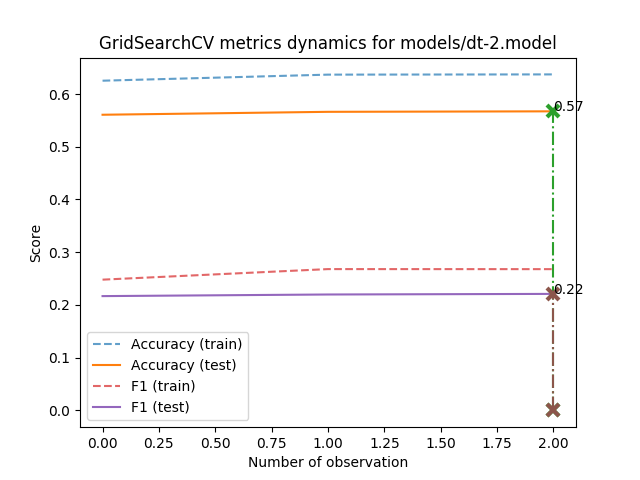
Above: models/dt-2.model_metrics.png in AverHLV/diploma-computations (Graphviz), before the change. Its source is kept beside it as models/dt-2.model.dot.
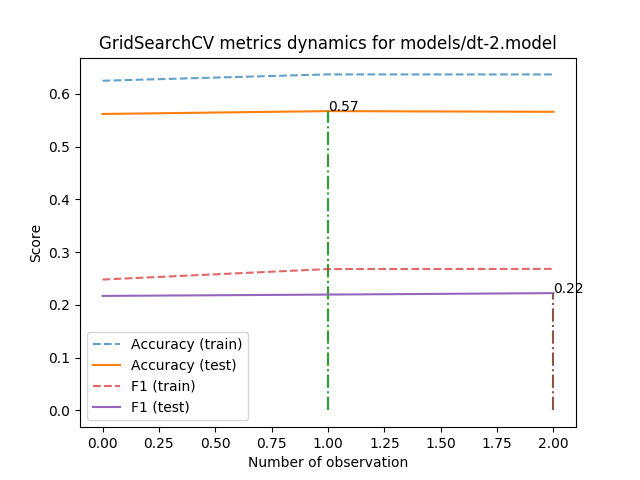
After the change.

Change to the diagram source:
```diff
@@ -1,56 +1,56 @@
 digraph Tree {
 node [shape=box, style="filled", color="black"] ;
-0 [label="Topic <= 0.998\ngini = 0.558\nsamples = 12050\nvalue = [[27, 5151, 714, 4443, 1715]\n[320, 7320, 2445, 824, 1141]\n[145, 6590, 590, 4038, 687]\n...\n[18, 5666, 806, 3953, 1607]\n[11, 140, 60, 52, 11787]\n[18, 1986, 28, 7780, 2238]]", fillcolor="#fefcfa"] ;
-1 [label="ОБ <= -0.236\ngini = 0.543\nsamples = 9292\nvalue = [[24, 4625, 561, 2737, 1345]\n[267, 5806, 1764, 559, 896]\n[124, 5798, 487, 2244, 639]\n...\n[18, 4969, 434, 2511, 1360]\n[9, 123, 35, 42, 9083]\n[17, 1781, 21, 5870, 1603]]", fillcolor="#fdf5f0"] ;
+0 [label="Topic <= 0.998\ngini = 0.558\nsamples = 12050\nvalue = [[27, 5146, 721, 4416, 1740]\n[310, 7318, 2459, 807, 1156]\n[152, 6587, 593, 4039, 679]\n...\n[16, 5601, 834, 3960, 1639]\n[9, 144, 64, 52, 11781]\n[17, 1991, 28, 7770, 2244]]", fillcolor="#fffdfb"] ;
+1 [label="ОБ <= -0.236\ngini = 0.543\nsamples = 9272\nvalue = [[23, 4612, 570, 2700, 1367]\n[263, 5768, 1780, 551, 910]\n[128, 5795, 489, 2231, 629]\n...\n[16, 4895, 452, 2521, 1388]\n[8, 124, 37, 43, 9060]\n[16, 1790, 18, 5838, 1610]]", fillcolor="#fdf6f1"] ;
 0 -> 1 [labeldistance=2.5, labelangle=45, headlabel="True"] ;
-5 [label="Позафракційні <= -2.179\ngini = 0.534\nsamples = 2469\nvalue = [[14, 1355, 102, 549, 449]\n[37, 1646, 286, 167, 333]\n[31, 1492, 70, 548, 328]\n...\n[9, 1277, 98, 650, 435]\n[2, 20, 6, 1, 2440]\n[10, 372, 1, 1405, 681]]", fillcolor="#fcf2ea"] ;
+5 [label="Позафракційні <= -1.95\ngini = 0.536\nsamples = 2488\nvalue = [[13, 1352, 110, 556, 457]\n[40, 1639, 301, 172, 336]\n[30, 1490, 84, 553, 331]\n...\n[8, 1265, 108, 663, 444]\n[2, 17, 8, 1, 2460]\n[9, 398, 1, 1396, 684]]", fillcolor="#fdf3ed"] ;
 1 -> 5 ;
-7 [label="gini = 0.392\nsamples = 186\nvalue = [[2, 17, 3, 102, 62]\n[0, 95, 34, 34, 23]\n[1, 27, 4, 121, 33]\n...\n[0, 15, 5, 90, 76]\n[0, 0, 0, 0, 186]\n[0, 2, 0, 32, 152]]", fillcolor="#f0b58b"] ;
+7 [label="gini = 0.405\nsamples = 211\nvalue = [[2, 18, 4, 121, 66]\n[0, 112, 41, 34, 24]\n[1, 34, 5, 135, 36]\n...\n[1, 21, 7, 101, 81]\n[0, 0, 0, 0, 211]\n[0, 4, 0, 37, 170]]", fillcolor="#f1bb94"] ;
 5 -> 7 ;
-8 [label="ВОБ <= -0.559\ngini = 0.521\nsamples = 2283\nvalue = [[12, 1338, 99, 447, 387]\n[37, 1551, 252, 133, 310]\n[30, 1465, 66, 427, 295]\n...\n[9, 1262, 93, 560, 359]\n[2, 20, 6, 1, 2254]\n[10, 370, 1, 1373, 529]]", fillcolor="#fbece1"] ;
+8 [label="ВОБ <= -0.559\ngini = 0.523\nsamples = 2277\nvalue = [[11, 1334, 106, 435, 391]\n[40, 1527, 260, 138, 312]\n[29, 1456, 79, 418, 295]\n...\n[7, 1244, 101, 562, 363]\n[2, 17, 8, 1, 2249]\n[9, 394, 1, 1359, 514]]", fillcolor="#fbeee4"] ;
 5 -> 8 ;
-23 [label="gini = 0.527\nsamples = 574\nvalue = [[0, 277, 22, 154, 121]\n[7, 304, 58, 44, 161]\n[8, 312, 24, 151, 79]\n...\n[2, 278, 12, 213, 69]\n[0, 0, 0, 0, 574]\n[1, 108, 0, 359, 106]]", fillcolor="#fcefe5"] ;
-8 -> 23 ;
-24 [label="gini = 0.503\nsamples = 1709\nvalue = [[12, 1061, 77, 293, 266]\n[30, 1247, 194, 89, 149]\n[22, 1153, 42, 276, 216]\n...\n[7, 984, 81, 347, 290]\n[2, 20, 6, 1, 1680]\n[9, 262, 1, 1014, 423]]", fillcolor="#f9e4d5"] ;
-8 -> 24 ;
-6 [label="Topic <= -1.596\ngini = 0.535\nsamples = 6823\nvalue = [[10, 3270, 459, 2188, 896]\n[230, 4160, 1478, 392, 563]\n[93, 4306, 417, 1696, 311]\n...\n[9, 3692, 336, 1861, 925]\n[7, 103, 29, 41, 6643]\n[7, 1409, 20, 4465, 922]]", fillcolor="#fcf2eb"] ;
+21 [label="gini = 0.528\nsamples = 577\nvalue = [[0, 271, 22, 164, 120]\n[10, 301, 61, 44, 161]\n[7, 314, 29, 151, 76]\n...\n[1, 268, 15, 219, 74]\n[0, 0, 0, 0, 577]\n[1, 111, 0, 363, 102]]", fillcolor="#fcf0e7"] ;
+8 -> 21 ;
+22 [label="gini = 0.503\nsamples = 1700\nvalue = [[11, 1063, 84, 271, 271]\n[30, 1226, 199, 94, 151]\n[22, 1142, 50, 267, 219]\n...\n[6, 976, 86, 343, 289]\n[2, 17, 8, 1, 1672]\n[8, 283, 1, 996, 412]]", fillcolor="#fae5d7"] ;
+8 -> 22 ;
+6 [label="Topic <= -1.596\ngini = 0.534\nsamples = 6784\nvalue = [[10, 3260, 460, 2144, 910]\n[223, 4129, 1479, 379, 574]\n[98, 4305, 405, 1678, 298]\n...\n[8, 3630, 344, 1858, 944]\n[6, 107, 29, 42, 6600]\n[7, 1392, 17, 4442, 926]]", fillcolor="#fcf2eb"] ;
 1 -> 6 ;
-9 [label="gini = 0.462\nsamples = 327\nvalue = [[2, 86, 60, 162, 17]\n[4, 241, 63, 8, 11]\n[0, 83, 64, 179, 1]\n...\n[1, 79, 76, 126, 45]\n[0, 21, 1, 19, 286]\n[0, 20, 0, 219, 88]]", fillcolor="#f6d3ba"] ;
+9 [label="gini = 0.466\nsamples = 323\nvalue = [[3, 87, 61, 151, 21]\n[5, 233, 62, 9, 14]\n[0, 81, 58, 182, 2]\n...\n[1, 73, 79, 125, 45]\n[0, 22, 0, 19, 282]\n[0, 20, 0, 226, 77]]", fillcolor="#f6d5be"] ;
 6 -> 9 ;
-10 [label="Екогрупа <= -1.414\ngini = 0.53\nsamples = 6496\nvalue = [[8, 3184, 399, 2026, 879]\n[226, 3919, 1415, 384, 552]\n[93, 4223, 353, 1517, 310]\n...\n[8, 3613, 260, 1735, 880]\n[7, 82, 28, 22, 6357]\n[7, 1389, 20, 4246, 834]]", fillcolor="#fcf0e7"] ;
+10 [label="НФ <= 0.573\ngini = 0.529\nsamples = 6461\nvalue = [[7, 3173, 399, 1993, 889]\n[218, 3896, 1417, 370, 560]\n[98, 4224, 347, 1496, 296]\n...\n[7, 3557, 265, 1733, 899]\n[6, 85, 29, 23, 6318]\n[7, 1372, 17, 4216, 849]]", fillcolor="#fcf0e8"] ;
 6 -> 10 ;
-13 [label="gini = 0.506\nsamples = 346\nvalue = [[0, 114, 18, 158, 56]\n[6, 208, 77, 7, 48]\n[1, 156, 9, 177, 3]\n...\n[0, 131, 19, 128, 68]\n[0, 7, 0, 1, 338]\n[0, 13, 0, 119, 214]]", fillcolor="#fae6d8"] ;
+13 [label="Екогрупа <= -1.414\ngini = 0.521\nsamples = 4411\nvalue = [[4, 2042, 236, 1486, 643]\n[121, 2787, 986, 229, 288]\n[53, 2839, 229, 1068, 222]\n...\n[6, 2555, 193, 1256, 401]\n[3, 24, 17, 13, 4354]\n[4, 965, 10, 2908, 524]]", fillcolor="#fbede3"] ;
 10 -> 13 ;
-14 [label="НФ <= 0.573\ngini = 0.525\nsamples = 6150\nvalue = [[8, 3070, 381, 1868, 823]\n[220, 3711, 1338, 377, 504]\n[92, 4067, 344, 1340, 307]\n...\n[8, 3482, 241, 1607, 812]\n[7, 75, 28, 21, 6019]\n[7, 1376, 20, 4127, 620]]", fillcolor="#fbeee4"] ;
+23 [label="gini = 0.488\nsamples = 214\nvalue = [[0, 63, 9, 101, 41]\n[4, 136, 34, 6, 34]\n[0, 87, 6, 121, 0]\n...\n[0, 84, 11, 89, 30]\n[0, 2, 0, 0, 212]\n[0, 13, 0, 64, 137]]", fillcolor="#f8dfcc"] ;
+13 -> 23 ;
+24 [label="gini = 0.516\nsamples = 4197\nvalue = [[4, 1979, 227, 1385, 602]\n[117, 2651, 952, 223, 254]\n[53, 2752, 223, 947, 222]\n...\n[6, 2471, 182, 1167, 371]\n[3, 22, 17, 13, 4142]\n[4, 952, 10, 2844, 387]]", fillcolor="#fbebdf"] ;
+13 -> 24 ;
+14 [label="gini = 0.529\nsamples = 2050\nvalue = [[3, 1131, 163, 507, 246]\n[97, 1109, 431, 141, 272]\n[45, 1385, 118, 428, 74]\n...\n[1, 1002, 72, 477, 498]\n[3, 61, 12, 10, 1964]\n[3, 407, 7, 1308, 325]]", fillcolor="#fcf0e8"] ;
 10 -> 14 ;
-15 [label="gini = 0.517\nsamples = 4236\nvalue = [[4, 1999, 224, 1406, 603]\n[118, 2679, 958, 237, 244]\n[50, 2759, 220, 967, 240]\n...\n[7, 2502, 178, 1175, 374]\n[4, 23, 18, 12, 4179]\n[4, 966, 12, 2890, 364]]", fillcolor="#fbeadf"] ;
-14 -> 15 ;
-16 [label="gini = 0.525\nsamples = 1914\nvalue = [[4, 1071, 157, 462, 220]\n[102, 1032, 380, 140, 260]\n[42, 1308, 124, 373, 67]\n...\n[1, 980, 63, 432, 438]\n[3, 52, 10, 9, 1840]\n[3, 410, 8, 1237, 256]]", fillcolor="#fceee4"] ;
-14 -> 16 ;
-2 [label="НФ <= -0.149\ngini = 0.526\nsamples = 2758\nvalue = [[3, 526, 153, 1706, 370]\n[53, 1514, 681, 265, 245]\n[21, 792, 103, 1794, 48]\n...\n[0, 697, 372, 1442, 247]\n[2, 17, 25, 10, 2704]\n[1, 205, 7, 1910, 635]]", fillcolor="#fceee5"] ;
+2 [label="НФ <= -0.149\ngini = 0.525\nsamples = 2778\nvalue = [[4, 534, 151, 1716, 373]\n[47, 1550, 679, 256, 246]\n[24, 792, 104, 1808, 50]\n...\n[0, 706, 382, 1439, 251]\n[1, 20, 27, 9, 2721]\n[1, 201, 10, 1932, 634]]", fillcolor="#fcefe5"] ;
 0 -> 2 [labeldistance=2.5, labelangle=-45, headlabel="False"] ;
-3 [label="Topic <= 1.016\ngini = 0.462\nsamples = 1853\nvalue = [[1, 148, 68, 1409, 227]\n[24, 976, 469, 216, 168]\n[2, 319, 49, 1456, 27]\n...\n[0, 339, 227, 1198, 89]\n[0, 2, 2, 1, 1848]\n[1, 67, 0, 1338, 447]]", fillcolor="#f6d3ba"] ;
+3 [label="Topic <= 1.016\ngini = 0.46\nsamples = 1870\nvalue = [[1, 153, 64, 1416, 236]\n[19, 997, 470, 216, 168]\n[2, 319, 48, 1479, 22]\n...\n[0, 345, 230, 1200, 95]\n[0, 3, 2, 1, 1864]\n[1, 62, 3, 1355, 449]]", fillcolor="#f6d3b9"] ;
 2 -> 3 ;
-11 [label="Воля <= -0.217\ngini = 0.35\nsamples = 540\nvalue = [[0, 3, 30, 466, 41]\n[5, 375, 13, 96, 51]\n[0, 33, 10, 497, 0]\n...\n[0, 44, 132, 328, 36]\n[0, 0, 0, 0, 540]\n[0, 1, 0, 388, 151]]", fillcolor="#eca36f"] ;
+11 [label="Екогрупа <= -0.566\ngini = 0.35\nsamples = 559\nvalue = [[0, 2, 26, 488, 43]\n[5, 384, 14, 102, 54]\n[0, 38, 9, 512, 0]\n...\n[0, 40, 138, 339, 42]\n[0, 0, 0, 0, 559]\n[0, 1, 0, 406, 152]]", fillcolor="#eca46f"] ;
 3 -> 11 ;
-25 [label="gini = 0.271\nsamples = 188\nvalue = [[0, 1, 27, 159, 1]\n[2, 104, 2, 49, 31]\n[0, 0, 3, 185, 0]\n...\n[0, 8, 10, 135, 35]\n[0, 0, 0, 0, 188]\n[0, 0, 0, 39, 149]]", fillcolor="#e58139"] ;
+25 [label="gini = 0.269\nsamples = 194\nvalue = [[0, 0, 24, 169, 1]\n[1, 104, 2, 53, 34]\n[0, 0, 2, 192, 0]\n...\n[0, 6, 11, 136, 41]\n[0, 0, 0, 0, 194]\n[0, 0, 0, 44, 150]]", fillcolor="#e58139"] ;
 11 -> 25 ;
-26 [label="gini = 0.326\nsamples = 352\nvalue = [[0, 2, 3, 307, 40]\n[3, 271, 11, 47, 20]\n[0, 33, 7, 312, 0]\n...\n[0, 36, 122, 193, 1]\n[0, 0, 0, 0, 352]\n[0, 1, 0, 349, 2]]", fillcolor="#ea995e"] ;
+26 [label="gini = 0.327\nsamples = 365\nvalue = [[0, 2, 2, 319, 42]\n[4, 280, 12, 49, 20]\n[0, 38, 7, 320, 0]\n...\n[0, 34, 127, 203, 1]\n[0, 0, 0, 0, 365]\n[0, 1, 0, 362, 2]]", fillcolor="#ea9a60"] ;
 11 -> 26 ;
-12 [label="Воля <= 0.475\ngini = 0.469\nsamples = 1313\nvalue = [[1, 145, 38, 943, 186]\n[19, 601, 456, 120, 117]\n[2, 286, 39, 959, 27]\n...\n[0, 295, 95, 870, 53]\n[0, 2, 2, 1, 1308]\n[1, 66, 0, 950, 296]]", fillcolor="#f7d6bf"] ;
+12 [label="Topic <= 1.421\ngini = 0.467\nsamples = 1311\nvalue = [[1, 151, 38, 928, 193]\n[14, 613, 456, 114, 114]\n[2, 281, 39, 967, 22]\n...\n[0, 305, 92, 861, 53]\n[0, 3, 2, 1, 1305]\n[1, 61, 3, 949, 297]]", fillcolor="#f7d6be"] ;
 3 -> 12 ;
-17 [label="Екогрупа <= -1.837\ngini = 0.513\nsamples = 625\nvalue = [[1, 110, 21, 358, 135]\n[11, 377, 131, 43, 63]\n[2, 210, 32, 356, 25]\n...\n[0, 192, 48, 350, 35]\n[0, 2, 2, 1, 620]\n[1, 41, 0, 301, 282]]", fillcolor="#fae9dc"] ;
-12 -> 17 ;
-19 [label="gini = 0.367\nsamples = 249\nvalue = [[0, 6, 0, 187, 56]\n[5, 112, 66, 21, 45]\n[0, 17, 4, 225, 3]\n...\n[0, 21, 13, 210, 5]\n[0, 0, 0, 0, 249]\n[1, 0, 0, 3, 245]]", fillcolor="#eeaa7a"] ;
-17 -> 19 ;
-20 [label="gini = 0.521\nsamples = 376\nvalue = [[1, 104, 21, 171, 79]\n[6, 265, 65, 22, 18]\n[2, 193, 28, 131, 22]\n...\n[0, 171, 35, 140, 30]\n[0, 2, 2, 1, 371]\n[0, 41, 0, 298, 37]]", fillcolor="#fbece2"] ;
-17 -> 20 ;
-18 [label="gini = 0.384\nsamples = 688\nvalue = [[0, 35, 17, 585, 51]\n[8, 224, 325, 77, 54]\n[0, 76, 7, 603, 2]\n...\n[0, 103, 47, 520, 18]\n[0, 0, 0, 0, 688]\n[0, 25, 0, 649, 14]]", fillcolor="#efb185"] ;
-12 -> 18 ;
-4 [label="Topic <= 1.016\ngini = 0.565\nsamples = 905\nvalue = [[2, 378, 85, 297, 143]\n[29, 538, 212, 49, 77]\n[19, 473, 54, 338, 21]\n...\n[0, 358, 145, 244, 158]\n[2, 15, 23, 9, 856]\n[0, 138, 7, 572, 188]]", fillcolor="#ffffff"] ;
+15 [label="gini = 0.529\nsamples = 207\nvalue = [[0, 85, 12, 63, 47]\n[4, 123, 43, 5, 32]\n[1, 123, 8, 61, 14]\n...\n[0, 105, 9, 75, 18]\n[0, 2, 2, 0, 203]\n[1, 36, 0, 112, 58]]", fillcolor="#fcf0e8"] ;
+12 -> 15 ;
+16 [label="Topic <= 1.448\ngini = 0.427\nsamples = 1104\nvalue = [[1, 66, 26, 865, 146]\n[10, 490, 413, 109, 82]\n[1, 158, 31, 906, 8]\n...\n[0, 200, 83, 786, 35]\n[0, 1, 0, 1, 1102]\n[0, 25, 3, 837, 239]]", fillcolor="#f3c5a3"] ;
+12 -> 16 ;
+17 [label="gini = 0.335\nsamples = 450\nvalue = [[0, 14, 0, 371, 65]\n[6, 102, 232, 77, 33]\n[0, 34, 0, 416, 0]\n...\n[0, 50, 26, 364, 10]\n[0, 0, 0, 0, 450]\n[0, 3, 0, 385, 62]]", fillcolor="#eb9d65"] ;
+16 -> 17 ;
+18 [label="gini = 0.444\nsamples = 654\nvalue = [[1, 52, 26, 494, 81]\n[4, 388, 181, 32, 49]\n[1, 124, 31, 490, 8]\n...\n[0, 150, 57, 422, 25]\n[0, 1, 0, 1, 652]\n[0, 22, 3, 452, 177]]", fillcolor="#f4ccaf"] ;
+16 -> 18 ;
+4 [label="Topic <= 1.016\ngini = 0.563\nsamples = 908\nvalue = [[3, 381, 87, 300, 137]\n[28, 553, 209, 40, 78]\n[22, 473, 56, 329, 28]\n...\n[0, 361, 152, 239, 156]\n[1, 17, 25, 8, 857]\n[0, 139, 7, 577, 185]]", fillcolor="#ffffff"] ;
 2 -> 4 ;
-21 [label="gini = 0.274\nsamples = 85\nvalue = [[0, 21, 20, 42, 2]\n[1, 63, 2, 6, 13]\n[0, 2, 0, 83, 0]\n...\n[0, 6, 59, 20, 0]\n[0, 0, 0, 0, 85]\n[0, 0, 0, 28, 57]]", fillcolor="#e5823b"] ;
-4 -> 21 ;
-22 [label="gini = 0.561\nsamples = 820\nvalue = [[2, 357, 65, 255, 141]\n[28, 475, 210, 43, 64]\n[19, 471, 54, 255, 21]\n...\n[0, 352, 86, 224, 158]\n[2, 15, 23, 9, 771]\n[0, 138, 7, 544, 131]]", fillcolor="#fffdfc"] ;
-4 -> 22 ;
+19 [label="gini = 0.289\nsamples = 96\nvalue = [[0, 23, 20, 50, 3]\n[1, 75, 2, 6, 12]\n[0, 6, 0, 90, 0]\n...\n[0, 6, 67, 23, 0]\n[0, 0, 0, 0, 96]\n[0, 0, 0, 33, 63]]", fillcolor="#e78a47"] ;
+4 -> 19 ;
+20 [label="gini = 0.558\nsamples = 812\nvalue = [[3, 358, 67, 250, 134]\n[27, 478, 207, 34, 66]\n[22, 467, 56, 239, 28]\n...\n[0, 355, 85, 216, 156]\n[1, 17, 25, 8, 761]\n[0, 139, 7, 544, 122]]", fillcolor="#fffdfc"] ;
+4 -> 20 ;
 }
```
